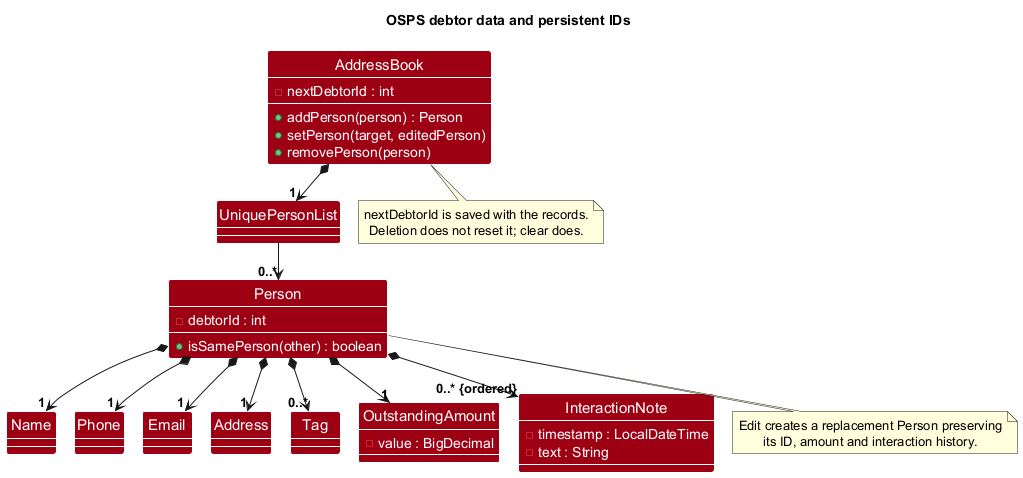
Before: docs/images/DebtorModelDiagram.png, a diagram exported from PlantUML (AY2627S1-CS2103T-F08-1/tp).
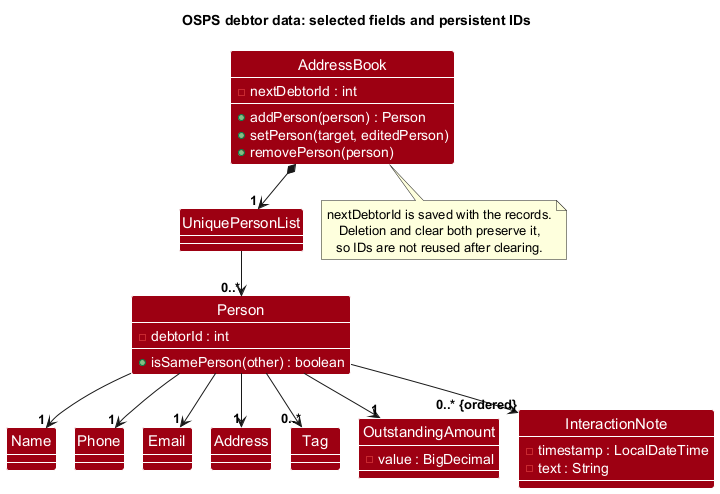
After the change.

What changed in the source:
```diff
@@ -3,8 +3,10 @@
 !include style.puml
 skinparam classBackgroundColor MODEL_COLOR
 skinparam classAttributeFontColor #FFFFFF
+skinparam nodesep 36
+skinparam ranksep 46
 show members
-title OSPS debtor data and persistent IDs
+title OSPS debtor data: selected fields and persistent IDs
 
 class AddressBook {
   - nextDebtorId : int
@@ -31,19 +33,16 @@
 }
 AddressBook *--> "1" UniquePersonList
 UniquePersonList --> "0..*" Person
-Person *--> "1" Name
-Person *--> "1" Phone
-Person *--> "1" Email
-Person *--> "1" Address
-Person *--> "0..*" Tag
-Person *--> "1" OutstandingAmount
-Person *--> "0..* {ordered}" InteractionNote
+Person --> "1" Name
+Person --> "1" Phone
+Person --> "1" Email
+Person --> "1" Address
+Person --> "0..*" Tag
+Person --> "1" OutstandingAmount
+Person --> "0..* {ordered}" InteractionNote
 note bottom of AddressBook
   nextDebtorId is saved with the records.
-  Deletion does not reset it; clear does.
-end note
-note bottom of Person
-  Edit creates a replacement Person preserving
-  its ID, amount and interaction history.
+  Deletion and clear both preserve it,
+  so IDs are not reused after clearing.
 end note
 @enduml
```
